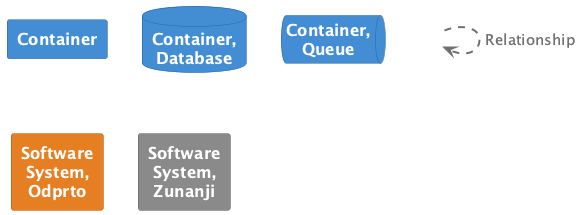
This is architecture/diagrams/structurizr-D1-UIL-lokalna-eFTI-Platform-key.png from UM-KGPI/eFTI-Gate-SI, a PlantUML export, as it was before one commit. Its diagram source:
```plantuml
@startuml
set separator none

skinparam {
  shadowing false
  arrowFontSize 15
  defaultTextAlignment center
  wrapWidth 100
  maxMessageSize 100
}
hide stereotype

skinparam rectangle<<_transparent>> {
  BorderColor transparent
  BackgroundColor transparent
  FontColor transparent
}

skinparam rectangle<<1>> {
  BackgroundColor #438dd5
  FontColor #ffffff
  BorderColor #2e6295
}
rectangle "==Container" <<1>>

skinparam database<<2>> {
  BackgroundColor #438dd5
  FontColor #ffffff
  BorderColor #2e6295
}
database "==Container, Database" <<2>>

skinparam queue<<3>> {
  BackgroundColor #438dd5
  FontColor #ffffff
  BorderColor #2e6295
}
queue "==Container, Queue" <<3>>

skinparam rectangle<<4>> {
  BackgroundColor #e67e22
  FontColor #ffffff
  BorderColor #a15817
}
rectangle "==Software System, Odprto" <<4>>

skinparam rectangle<<5>> {
  BackgroundColor #8a8a8a
  FontColor #ffffff
  BorderColor #606060
}
rectangle "==Software System, Zunanji" <<5>>

rectangle "." <<_transparent>> as 6
6 .[#707070,thickness=2].> 6 : "<color:#707070>Relationship"


@enduml
```
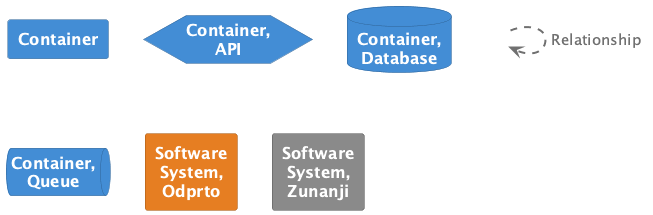
The same diagram one commit later.

What changed in the source:
```diff
@@ -23,36 +23,43 @@
 }
 rectangle "==Container" <<1>>
 
-skinparam database<<2>> {
+skinparam hexagon<<2>> {
   BackgroundColor #438dd5
   FontColor #ffffff
   BorderColor #2e6295
 }
-database "==Container, Database" <<2>>
+hexagon "==Container, API" <<2>>
 
-skinparam queue<<3>> {
+skinparam database<<3>> {
   BackgroundColor #438dd5
   FontColor #ffffff
   BorderColor #2e6295
 }
-queue "==Container, Queue" <<3>>
+database "==Container, Database" <<3>>
 
-skinparam rectangle<<4>> {
+skinparam queue<<4>> {
+  BackgroundColor #438dd5
+  FontColor #ffffff
+  BorderColor #2e6295
+}
+queue "==Container, Queue" <<4>>
+
+skinparam rectangle<<5>> {
   BackgroundColor #e67e22
   FontColor #ffffff
   BorderColor #a15817
 }
-rectangle "==Software System, Odprto" <<4>>
+rectangle "==Software System, Odprto" <<5>>
 
-skinparam rectangle<<5>> {
+skinparam rectangle<<6>> {
   BackgroundColor #8a8a8a
   FontColor #ffffff
   BorderColor #606060
 }
-rectangle "==Software System, Zunanji" <<5>>
+rectangle "==Software System, Zunanji" <<6>>
 
-rectangle "." <<_transparent>> as 6
-6 .[#707070,thickness=2].> 6 : "<color:#707070>Relationship"
+rectangle "." <<_transparent>> as 7
+7 .[#707070,thickness=2].> 7 : "<color:#707070>Relationship"
 
 
 @enduml
```
